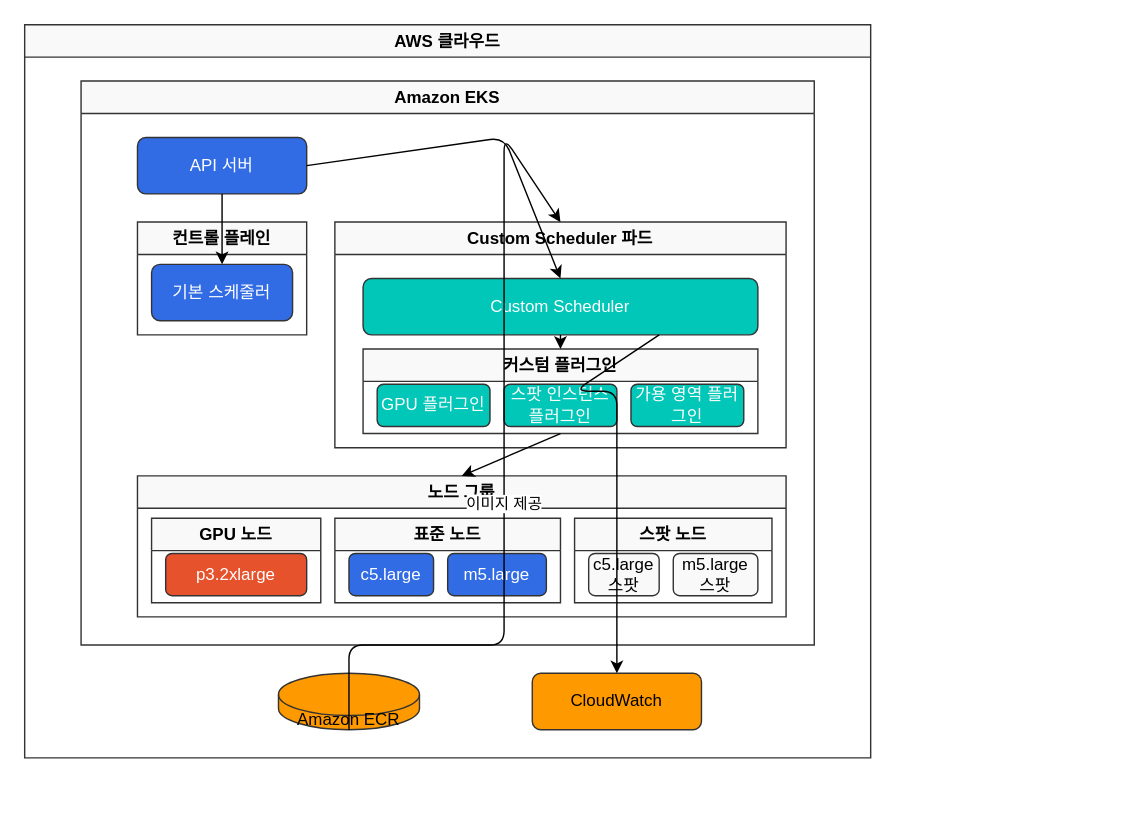
Above: assets/generated-diagrams/eks_scheduler_framework_architecture.drawio in Atom-oh/kubernetes-docs (draw.io), before the change. Source tidied: cells renumbered, new cells numbered last; positions are measured from the earlier drawing's top-left corner, leaving out a move shared by most shapes. Both pictures are drawn from the tidied source at 141%, with x=0, y=0 at pixel (24, 24).
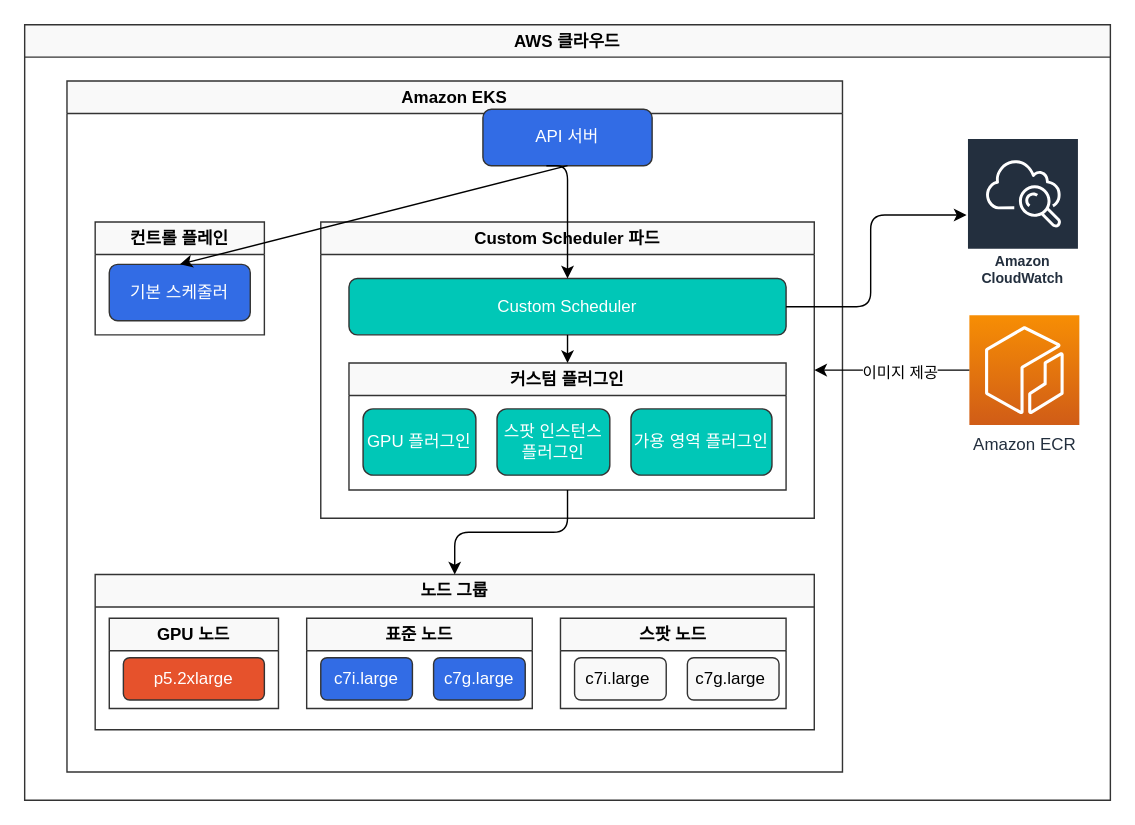
The same diagram, later.

What changed in the source:
```diff
@@
     <mxCell id="2" value="AWS 클라우드" style="swimlane;whiteSpace=wrap;html=1;fillColor=#f9f9f9;strokeColor=#333333;strokeWidth=1;" parent="1" vertex="1">
-      <mxGeometry width="600" height="520" as="geometry" />
+      <mxGeometry width="770" height="550" as="geometry" />
     </mxCell>
     <mxCell id="3" value="Amazon EKS" style="swimlane;whiteSpace=wrap;html=1;fillColor=#f9f9f9;strokeColor=#333333;strokeWidth=1;" parent="2" vertex="1">
-      <mxGeometry x="40" y="40" width="520" height="400" as="geometry" />
+      <mxGeometry x="30" y="40" width="550" height="490" as="geometry" />
     </mxCell>
     <mxCell id="4" value="API 서버" style="rounded=1;whiteSpace=wrap;html=1;fillColor=#326CE5;strokeColor=#333333;strokeWidth=1;fontColor=#FFFFFF;" parent="3" vertex="1">
-      <mxGeometry x="40" y="40" width="120" height="40" as="geometry" />
+      <mxGeometry x="295" y="20" width="120" height="40" as="geometry" />
     </mxCell>
     <mxCell id="5" value="컨트롤 플레인" style="swimlane;whiteSpace=wrap;html=1;fillColor=#f9f9f9;strokeColor=#333333;strokeWidth=1;" parent="3" vertex="1">
-      <mxGeometry x="40" y="100" width="120" height="80" as="geometry" />
+      <mxGeometry x="20" y="100" width="120" height="80" as="geometry" />
     </mxCell>
@@
     <mxCell id="7" value="Custom Scheduler 파드" style="swimlane;whiteSpace=wrap;html=1;fillColor=#f9f9f9;strokeColor=#333333;strokeWidth=1;" parent="3" vertex="1">
-      <mxGeometry x="180" y="100" width="320" height="160" as="geometry" />
+      <mxGeometry x="180" y="100" width="350" height="210" as="geometry" />
     </mxCell>
     <mxCell id="8" value="Custom Scheduler" style="rounded=1;whiteSpace=wrap;html=1;fillColor=#00C7B7;strokeColor=#333333;strokeWidth=1;fontColor=#FFFFFF;" parent="7" vertex="1">
-      <mxGeometry x="20" y="40" width="280" height="40" as="geometry" />
+      <mxGeometry x="20" y="40" width="310" height="40" as="geometry" />
     </mxCell>
     <mxCell id="9" value="커스텀 플러그인" style="swimlane;whiteSpace=wrap;html=1;fillColor=#f9f9f9;strokeColor=#333333;strokeWidth=1;" parent="7" vertex="1">
-      <mxGeometry x="20" y="90" width="280" height="60" as="geometry" />
+      <mxGeometry x="20" y="100" width="310" height="90" as="geometry" />
     </mxCell>
     <mxCell id="10" value="GPU 플러그인" style="rounded=1;whiteSpace=wrap;html=1;fillColor=#00C7B7;strokeColor=#333333;strokeWidth=1;fontColor=#FFFFFF;" parent="9" vertex="1">
-      <mxGeometry x="10" y="25" width="80" height="30" as="geometry" />
+      <mxGeometry x="10" y="32.5" width="80" height="47" as="geometry" />
     </mxCell>
     <mxCell id="11" value="스팟 인스턴스 플러그인" style="rounded=1;whiteSpace=wrap;html=1;fillColor=#00C7B7;strokeColor=#333333;strokeWidth=1;fontColor=#FFFFFF;" parent="9" vertex="1">
-      <mxGeometry x="100" y="25" width="80" height="30" as="geometry" />
+      <mxGeometry x="105" y="32.5" width="80" height="47" as="geometry" />
     </mxCell>
     <mxCell id="12" value="가용 영역 플러그인" style="rounded=1;whiteSpace=wrap;html=1;fillColor=#00C7B7;strokeColor=#333333;strokeWidth=1;fontColor=#FFFFFF;" parent="9" vertex="1">
-      <mxGeometry x="190" y="25" width="80" height="30" as="geometry" />
+      <mxGeometry x="200" y="32.5" width="100" height="47" as="geometry" />
     </mxCell>
     <mxCell id="13" value="노드 그룹" style="swimlane;whiteSpace=wrap;html=1;fillColor=#f9f9f9;strokeColor=#333333;strokeWidth=1;" parent="3" vertex="1">
-      <mxGeometry x="40" y="280" width="460" height="100" as="geometry" />
+      <mxGeometry x="20" y="350" width="510" height="110" as="geometry" />
     </mxCell>
     <mxCell id="14" value="GPU 노드" style="swimlane;whiteSpace=wrap;html=1;fillColor=#f9f9f9;strokeColor=#333333;strokeWidth=1;" parent="13" vertex="1">
-      <mxGeometry x="10" y="30" width="120" height="60" as="geometry" />
+      <mxGeometry x="10" y="31" width="120" height="64" as="geometry" />
     </mxCell>
-    <mxCell id="15" value="p3.2xlarge" style="rounded=1;whiteSpace=wrap;html=1;fillColor=#E6522C;strokeColor=#333333;strokeWidth=1;fontColor=#FFFFFF;" parent="14" vertex="1">
-      <mxGeometry x="10" y="25" width="100" height="30" as="geometry" />
+    <mxCell id="15" value="p5.2xlarge" style="rounded=1;whiteSpace=wrap;html=1;fillColor=#E6522C;strokeColor=#333333;strokeWidth=1;fontColor=#FFFFFF;" parent="14" vertex="1">
+      <mxGeometry x="10" y="28" width="100" height="30" as="geometry" />
     </mxCell>
     <mxCell id="16" value="표준 노드" style="swimlane;whiteSpace=wrap;html=1;fillColor=#f9f9f9;strokeColor=#333333;strokeWidth=1;" parent="13" vertex="1">
-      <mxGeometry x="140" y="30" width="160" height="60" as="geometry" />
+      <mxGeometry x="150" y="31" width="160" height="64" as="geometry" />
     </mxCell>
-    <mxCell id="17" value="c5.large" style="rounded=1;whiteSpace=wrap;html=1;fillColor=#326CE5;strokeColor=#333333;strokeWidth=1;fontColor=#FFFFFF;" parent="16" vertex="1">
-      <mxGeometry x="10" y="25" width="60" height="30" as="geometry" />
+    <mxCell id="17" value="c7i.large" style="rounded=1;whiteSpace=wrap;html=1;fillColor=#326CE5;strokeColor=#333333;strokeWidth=1;fontColor=#FFFFFF;" parent="16" vertex="1">
+      <mxGeometry x="10" y="28" width="65" height="30" as="geometry" />
     </mxCell>
-    <mxCell id="18" value="m5.large" style="rounded=1;whiteSpace=wrap;html=1;fillColor=#326CE5;strokeColor=#333333;strokeWidth=1;fontColor=#FFFFFF;" parent="16" vertex="1">
-      <mxGeometry x="80" y="25" width="70" height="30" as="geometry" />
+    <mxCell id="18" value="c7g.large" style="rounded=1;whiteSpace=wrap;html=1;fillColor=#326CE5;strokeColor=#333333;strokeWidth=1;fontColor=#FFFFFF;" parent="16" vertex="1">
+      <mxGeometry x="90" y="28" width="65" height="30" as="geometry" />
     </mxCell>
     <mxCell id="19" value="스팟 노드" style="swimlane;whiteSpace=wrap;html=1;fillColor=#f9f9f9;strokeColor=#333333;strokeWidth=1;" parent="13" vertex="1">
-      <mxGeometry x="310" y="30" width="140" height="60" as="geometry" />
+      <mxGeometry x="330" y="31" width="160" height="64" as="geometry" />
     </mxCell>
-    <mxCell id="20" value="c5.large 스팟" style="rounded=1;whiteSpace=wrap;html=1;fillColor=#f9f9f9;strokeColor=#333333;strokeWidth=1;" parent="19" vertex="1">
-      <mxGeometry x="10" y="25" width="50" height="30" as="geometry" />
+    <mxCell id="20" value="c7i.large&amp;nbsp;" style="rounded=1;whiteSpace=wrap;html=1;fillColor=#f9f9f9;strokeColor=#333333;strokeWidth=1;" parent="19" vertex="1">
+      <mxGeometry x="10" y="28" width="65" height="30" as="geometry" />
     </mxCell>
-    <mxCell id="21" value="m5.large 스팟" style="rounded=1;whiteSpace=wrap;html=1;fillColor=#f9f9f9;strokeColor=#333333;strokeWidth=1;" parent="19" vertex="1">
-      <mxGeometry x="70" y="25" width="60" height="30" as="geometry" />
+    <mxCell id="21" value="c7g.large&amp;nbsp;" style="rounded=1;whiteSpace=wrap;html=1;fillColor=#f9f9f9;strokeColor=#333333;strokeWidth=1;" parent="19" vertex="1">
+      <mxGeometry x="90" y="28" width="65" height="30" as="geometry" />
     </mxCell>
-    <mxCell id="22" value="Amazon ECR" style="shape=cylinder3;whiteSpace=wrap;html=1;boundedLbl=1;backgroundOutline=1;size=15;fillColor=#FF9900;strokeColor=#333333;strokeWidth=1;fontColor=#000000;" parent="2" vertex="1">
-      <mxGeometry x="180" y="460" width="100" height="40" as="geometry" />
-    </mxCell>
-    <mxCell id="23" value="CloudWatch" style="rounded=1;whiteSpace=wrap;html=1;fillColor=#FF9900;strokeColor=#333333;strokeWidth=1;fontColor=#000000;" parent="2" vertex="1">
-      <mxGeometry x="360" y="460" width="120" height="40" as="geometry" />
-    </mxCell>
-    <mxCell id="24" style="endArrow=classic;html=1;exitX=0.5;exitY=1;exitDx=0;exitDy=0;entryX=0.5;entryY=0;entryDx=0;entryDy=0;" parent="2" edge="1" source="22" target="7">
-      <mxGeometry relative="1" as="geometry">
-        <Array as="points">
-          <mxPoint x="230" y="440" />
-          <mxPoint x="340" y="440" />
-          <mxPoint x="340" y="80" />
-        </Array>
-      </mxGeometry>
-    </mxCell>
-    <mxCell id="25" value="이미지 제공" style="edgeLabel;html=1;align=center;verticalAlign=middle;" parent="24" vertex="1">
-      <mxGeometry x="-0.1" y="1" relative="1" as="geometry" />
-    </mxCell>
@@
-    <mxCell id="27" style="endArrow=classic;html=1;exitX=1;exitY=0.5;exitDx=0;exitDy=0;entryX=0.5;entryY=0;entryDx=0;entryDy=0;" parent="2" edge="1" source="4" target="8">
+    <mxCell id="27" style="endArrow=classic;html=1;entryX=0.5;entryY=0;entryDx=0;entryDy=0;edgeStyle=orthogonalEdgeStyle;" parent="2" edge="1" target="8">
       <mxGeometry relative="1" as="geometry">
+        <mxPoint x="370" y="100" as="sourcePoint" />
         <Array as="points">
-          <mxPoint x="340" y="80" />
+          <mxPoint x="385" y="100" />
         </Array>
       </mxGeometry>
     </mxCell>
@@
-    <mxCell id="29" style="endArrow=classic;html=1;exitX=0.5;exitY=1;exitDx=0;exitDy=0;entryX=0.5;entryY=0;entryDx=0;entryDy=0;" parent="2" edge="1" source="9" target="13">
+    <mxCell id="29" style="endArrow=classic;html=1;exitX=0.5;exitY=1;exitDx=0;exitDy=0;entryX=0.5;entryY=0;entryDx=0;entryDy=0;edgeStyle=orthogonalEdgeStyle;" parent="2" edge="1" source="9" target="13">
       <mxGeometry relative="1" as="geometry" />
     </mxCell>
+    <mxCell id="22" value="Amazon ECR" style="sketch=0;points=[[0,0,0],[0.25,0,0],[0.5,0,0],[0.75,0,0],[1,0,0],[0,1,0],[0.25,1,0],[0.5,1,0],[0.75,1,0],[1,1,0],[0,0.25,0],[0,0.5,0],[0,0.75,0],[1,0.25,0],[1,0.5,0],[1,0.75,0]];outlineConnect=0;fontColor=#232F3E;gradientColor=#F78E04;gradientDirection=north;fillColor=#D05C17;strokeColor=#ffffff;dashed=0;verticalLabelPosition=bottom;verticalAlign=top;align=center;html=1;fontSize=12;fontStyle=0;shape=mxgraph.aws4.resourceIcon;resIcon=mxgraph.aws4.ecr;" parent="2" vertex="1">
+      <mxGeometry x="670" y="206" width="78" height="78" as="geometry" />
+    </mxCell>
+    <mxCell id="24" style="endArrow=classic;html=1;exitX=0;exitY=0.5;exitDx=0;exitDy=0;entryX=1;entryY=0.5;entryDx=0;entryDy=0;edgeStyle=orthogonalEdgeStyle;exitPerimeter=0;" parent="2" edge="1" source="22" target="7">
+      <mxGeometry relative="1" as="geometry">
+        <Array as="points">
+          <mxPoint x="670" y="245" />
+        </Array>
+      </mxGeometry>
+    </mxCell>
+    <mxCell id="25" value="이미지 제공" style="edgeLabel;html=1;align=center;verticalAlign=middle;" parent="24" vertex="1">
+      <mxGeometry x="-0.1" y="1" relative="1" as="geometry" />
+    </mxCell>
+    <mxCell id="31" value="Amazon CloudWatch" style="sketch=0;outlineConnect=0;fontColor=#232F3E;gradientColor=none;strokeColor=#ffffff;fillColor=#232F3E;dashed=0;verticalLabelPosition=middle;verticalAlign=bottom;align=center;html=1;whiteSpace=wrap;fontSize=10;fontStyle=1;spacing=3;shape=mxgraph.aws4.productIcon;prIcon=mxgraph.aws4.cloudwatch;" parent="2" vertex="1">
+      <mxGeometry x="668" y="80" width="80" height="110" as="geometry" />
+    </mxCell>
-    <mxCell id="30" style="endArrow=classic;html=1;exitX=0.75;exitY=1;exitDx=0;exitDy=0;entryX=0.5;entryY=0;entryDx=0;entryDy=0;" parent="2" edge="1" source="8" target="23">
+    <mxCell id="30" style="endArrow=classic;html=1;exitX=1;exitY=0.5;exitDx=0;exitDy=0;edgeStyle=orthogonalEdgeStyle;" parent="2" edge="1" source="8" target="31">
       <mxGeometry relative="1" as="geometry">
         <Array as="points">
-          <mxPoint x="390" y="260" />
-          <mxPoint x="420" y="260" />
+          <mxPoint x="600" y="200" />
+          <mxPoint x="600" y="135" />
         </Array>
       </mxGeometry>
     </mxCell>
```
